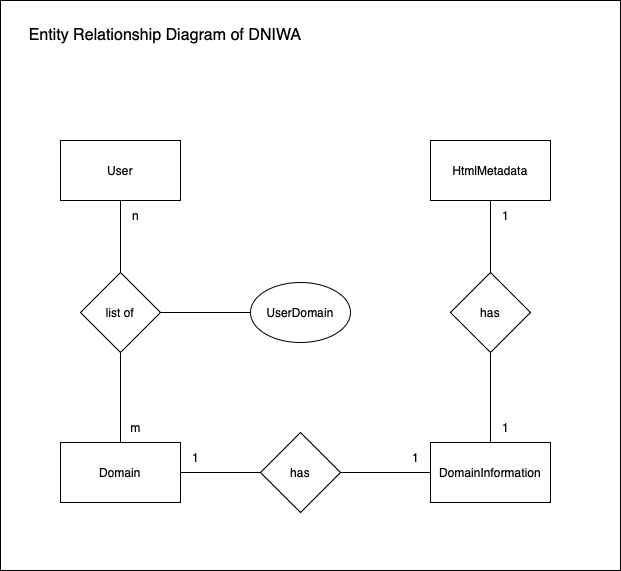
benjaminbolgrin/dniwa keeps this draw.io diagram as docs/dniwa-entity-relationship-diagram.png. Above is the earlier version. Source tidied: cells renumbered, new cells last; positions are measured from the earlier drawing's top-left corner, leaving out a move shared by most shapes. Source of this version:
```xml
<mxGraphModel>
  <root>
    <mxCell id="0" />
    <mxCell id="1" parent="0" />
    <mxCell id="2" style="rounded=0;whiteSpace=wrap;html=1;fillColor=default;" parent="1" vertex="1">
      <mxGeometry width="620" height="570" as="geometry" />
    </mxCell>
    <mxCell id="3" value="User" style="rounded=0;whiteSpace=wrap;html=1;" parent="1" vertex="1">
      <mxGeometry x="60" y="140" width="120" height="60" as="geometry" />
    </mxCell>
    <mxCell id="4" style="edgeStyle=orthogonalEdgeStyle;rounded=0;jettySize=auto;html=1;entryX=0.5;entryY=0;entryDx=0;entryDy=0;endArrow=none;endFill=0;" parent="1" edge="1" source="6" target="8">
      <mxGeometry relative="1" as="geometry" />
    </mxCell>
    <mxCell id="5" style="edgeStyle=orthogonalEdgeStyle;rounded=0;jettySize=auto;html=1;entryX=0.5;entryY=1;entryDx=0;entryDy=0;endArrow=none;endFill=0;" parent="1" edge="1" source="6" target="3">
      <mxGeometry relative="1" as="geometry" />
    </mxCell>
    <mxCell id="6" value="list of" style="rhombus;whiteSpace=wrap;html=1;" parent="1" vertex="1">
      <mxGeometry x="80" y="272" width="80" height="80" as="geometry" />
    </mxCell>
    <mxCell id="7" style="edgeStyle=orthogonalEdgeStyle;rounded=0;jettySize=auto;html=1;entryX=0;entryY=0.5;entryDx=0;entryDy=0;endArrow=none;endFill=0;" parent="1" edge="1" source="8" target="16">
      <mxGeometry relative="1" as="geometry" />
    </mxCell>
    <mxCell id="8" value="Domain" style="rounded=0;whiteSpace=wrap;html=1;" parent="1" vertex="1">
      <mxGeometry x="60" y="442" width="120" height="60" as="geometry" />
    </mxCell>
    <mxCell id="9" value="n" style="text;html=1;align=center;verticalAlign=middle;strokeColor=none;fillColor=none;" parent="1" vertex="1">
      <mxGeometry x="120" y="200" width="30" height="30" as="geometry" />
    </mxCell>
    <mxCell id="10" value="m" style="text;html=1;align=center;verticalAlign=middle;strokeColor=none;fillColor=none;" parent="1" vertex="1">
      <mxGeometry x="120" y="412" width="30" height="30" as="geometry" />
    </mxCell>
    <mxCell id="11" style="edgeStyle=orthogonalEdgeStyle;rounded=0;jettySize=auto;html=1;entryX=1;entryY=0.5;entryDx=0;entryDy=0;endArrow=none;endFill=0;" parent="1" edge="1" source="12" target="6">
      <mxGeometry relative="1" as="geometry" />
    </mxCell>
    <mxCell id="12" value="UserDomain" style="ellipse;whiteSpace=wrap;html=1;" parent="1" vertex="1">
      <mxGeometry x="250" y="282" width="100" height="60" as="geometry" />
    </mxCell>
    <mxCell id="13" value="DomainInformation" style="rounded=0;whiteSpace=wrap;html=1;" parent="1" vertex="1">
      <mxGeometry x="430" y="442" width="120" height="60" as="geometry" />
    </mxCell>
    <mxCell id="14" value="1" style="text;html=1;align=center;verticalAlign=middle;strokeColor=none;fillColor=none;" parent="1" vertex="1">
      <mxGeometry x="180" y="442" width="30" height="30" as="geometry" />
    </mxCell>
    <mxCell id="15" style="edgeStyle=orthogonalEdgeStyle;rounded=0;jettySize=auto;html=1;entryX=0;entryY=0.5;entryDx=0;entryDy=0;endArrow=none;endFill=0;" parent="1" edge="1" source="16" target="13">
      <mxGeometry relative="1" as="geometry" />
    </mxCell>
    <mxCell id="16" value="has" style="rhombus;whiteSpace=wrap;html=1;" parent="1" vertex="1">
      <mxGeometry x="260" y="432" width="80" height="80" as="geometry" />
    </mxCell>
    <mxCell id="17" value="1" style="text;html=1;align=center;verticalAlign=middle;strokeColor=none;fillColor=none;" parent="1" vertex="1">
      <mxGeometry x="400" y="442" width="30" height="30" as="geometry" />
    </mxCell>
    <mxCell id="18" value="HtmlMetadata" style="rounded=0;whiteSpace=wrap;html=1;" parent="1" vertex="1">
      <mxGeometry x="430" y="140" width="120" height="60" as="geometry" />
    </mxCell>
    <mxCell id="19" style="edgeStyle=orthogonalEdgeStyle;rounded=0;jettySize=auto;html=1;entryX=0.5;entryY=1;entryDx=0;entryDy=0;endArrow=none;endFill=0;" parent="1" edge="1" source="21" target="18">
      <mxGeometry relative="1" as="geometry" />
    </mxCell>
    <mxCell id="20" style="edgeStyle=orthogonalEdgeStyle;rounded=0;jettySize=auto;html=1;entryX=0.5;entryY=0;entryDx=0;entryDy=0;endArrow=none;endFill=0;" parent="1" edge="1" source="21" target="13">
      <mxGeometry relative="1" as="geometry" />
    </mxCell>
    <mxCell id="21" value="has" style="rhombus;whiteSpace=wrap;html=1;" parent="1" vertex="1">
      <mxGeometry x="450" y="272" width="80" height="80" as="geometry" />
    </mxCell>
    <mxCell id="22" value="1" style="text;html=1;align=center;verticalAlign=middle;strokeColor=none;fillColor=none;" parent="1" vertex="1">
      <mxGeometry x="490" y="412" width="30" height="30" as="geometry" />
    </mxCell>
    <mxCell id="23" value="1" style="text;html=1;align=center;verticalAlign=middle;strokeColor=none;fillColor=none;" parent="1" vertex="1">
      <mxGeometry x="490" y="200" width="30" height="30" as="geometry" />
    </mxCell>
    <mxCell id="24" value="Entity Relationship Diagram of DNIWA" style="text;html=1;strokeColor=none;fillColor=none;align=center;verticalAlign=middle;whiteSpace=wrap;rounded=0;fontSize=16;" parent="1" vertex="1">
      <mxGeometry x="20" y="20" width="290" height="30" as="geometry" />
    </mxCell>
  </root>
</mxGraphModel>
```
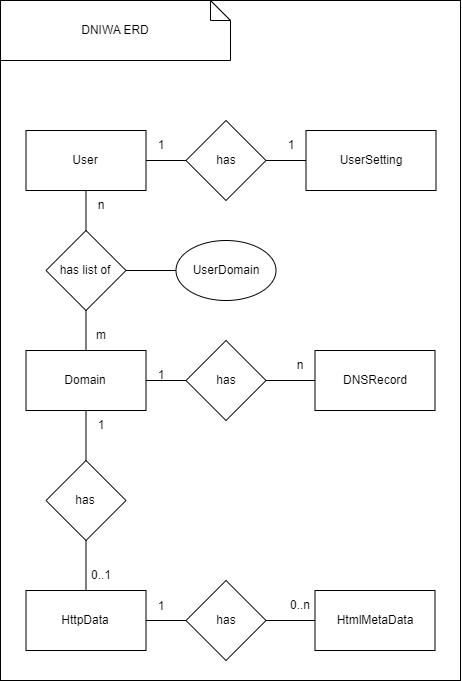
After the commit.

Commit message:
docs: update of dniwa erd

The edit, as a diff of the source:
```diff
@@ -2,74 +2,125 @@
   <root>
     <mxCell id="0" />
     <mxCell id="1" parent="0" />
-    <mxCell id="2" style="rounded=0;whiteSpace=wrap;html=1;fillColor=default;" parent="1" vertex="1">
-      <mxGeometry width="620" height="570" as="geometry" />
-    </mxCell>
+    <mxCell id="25" style="rounded=0;whiteSpace=wrap;html=1;" parent="1" vertex="1">
+      <mxGeometry x="110" y="-90" width="460" height="680" as="geometry" />
+    </mxCell>
+    <mxCell id="26" style="edgeStyle=orthogonalEdgeStyle;rounded=0;jettySize=auto;html=1;entryX=0;entryY=0.5;entryDx=0;entryDy=0;endArrow=none;endFill=0;" parent="1" edge="1" source="3" target="28">
+      <mxGeometry relative="1" as="geometry" />
+    </mxCell>
     <mxCell id="3" value="User" style="rounded=0;whiteSpace=wrap;html=1;" parent="1" vertex="1">
-      <mxGeometry x="60" y="140" width="120" height="60" as="geometry" />
+      <mxGeometry x="135.5" y="40" width="120" height="60" as="geometry" />
     </mxCell>
-    <mxCell id="4" style="edgeStyle=orthogonalEdgeStyle;rounded=0;jettySize=auto;html=1;entryX=0.5;entryY=0;entryDx=0;entryDy=0;endArrow=none;endFill=0;" parent="1" edge="1" source="6" target="8">
-      <mxGeometry relative="1" as="geometry" />
-    </mxCell>
-    <mxCell id="5" style="edgeStyle=orthogonalEdgeStyle;rounded=0;jettySize=auto;html=1;entryX=0.5;entryY=1;entryDx=0;entryDy=0;endArrow=none;endFill=0;" parent="1" edge="1" source="6" target="3">
-      <mxGeometry relative="1" as="geometry" />
-    </mxCell>
-    <mxCell id="6" value="list of" style="rhombus;whiteSpace=wrap;html=1;" parent="1" vertex="1">
-      <mxGeometry x="80" y="272" width="80" height="80" as="geometry" />
-    </mxCell>
-    <mxCell id="7" style="edgeStyle=orthogonalEdgeStyle;rounded=0;jettySize=auto;html=1;entryX=0;entryY=0.5;entryDx=0;entryDy=0;endArrow=none;endFill=0;" parent="1" edge="1" source="8" target="16">
-      <mxGeometry relative="1" as="geometry" />
-    </mxCell>
+    <mxCell id="27" style="edgeStyle=orthogonalEdgeStyle;rounded=0;jettySize=auto;html=1;entryX=0;entryY=0.5;entryDx=0;entryDy=0;endArrow=none;endFill=0;" parent="1" edge="1" source="28" target="46">
+      <mxGeometry relative="1" as="geometry" />
+    </mxCell>
+    <mxCell id="28" value="has" style="rhombus;whiteSpace=wrap;html=1;" parent="1" vertex="1">
+      <mxGeometry x="295.5" y="30" width="80" height="80" as="geometry" />
+    </mxCell>
+    <mxCell id="29" style="edgeStyle=orthogonalEdgeStyle;rounded=0;jettySize=auto;html=1;entryX=0.5;entryY=1;entryDx=0;entryDy=0;endArrow=none;endFill=0;" parent="1" edge="1" source="31" target="3">
+      <mxGeometry relative="1" as="geometry" />
+    </mxCell>
+    <mxCell id="30" style="edgeStyle=orthogonalEdgeStyle;rounded=0;jettySize=auto;html=1;entryX=0.5;entryY=0;entryDx=0;entryDy=0;endArrow=none;endFill=0;" parent="1" edge="1" source="31" target="8">
+      <mxGeometry relative="1" as="geometry" />
+    </mxCell>
+    <mxCell id="31" value="has list of" style="rhombus;whiteSpace=wrap;html=1;" parent="1" vertex="1">
+      <mxGeometry x="155.5" y="140" width="80" height="80" as="geometry" />
+    </mxCell>
+    <mxCell id="32" style="edgeStyle=orthogonalEdgeStyle;rounded=0;jettySize=auto;html=1;entryX=1;entryY=0.5;entryDx=0;entryDy=0;endArrow=none;endFill=0;" parent="1" edge="1" source="12" target="31">
+      <mxGeometry relative="1" as="geometry" />
+    </mxCell>
+    <mxCell id="12" value="UserDomain" style="ellipse;whiteSpace=wrap;html=1;" parent="1" vertex="1">
+      <mxGeometry x="285.5" y="150" width="100" height="60" as="geometry" />
+    </mxCell>
+    <mxCell id="33" value="1" style="text;html=1;strokeColor=none;fillColor=none;align=center;verticalAlign=middle;whiteSpace=wrap;rounded=0;" parent="1" vertex="1">
+      <mxGeometry x="255.5" y="40" width="30" height="30" as="geometry" />
+    </mxCell>
+    <mxCell id="34" value="n" style="text;html=1;strokeColor=none;fillColor=none;align=center;verticalAlign=middle;whiteSpace=wrap;rounded=0;" parent="1" vertex="1">
+      <mxGeometry x="195.5" y="100" width="30" height="30" as="geometry" />
+    </mxCell>
+    <mxCell id="35" style="edgeStyle=orthogonalEdgeStyle;rounded=0;jettySize=auto;html=1;entryX=1;entryY=0.5;entryDx=0;entryDy=0;endArrow=none;endFill=0;" parent="1" edge="1" source="37" target="8">
+      <mxGeometry relative="1" as="geometry" />
+    </mxCell>
+    <mxCell id="36" style="edgeStyle=orthogonalEdgeStyle;rounded=0;jettySize=auto;html=1;entryX=0;entryY=0.5;entryDx=0;entryDy=0;endArrow=none;endFill=0;" parent="1" edge="1" source="37" target="51">
+      <mxGeometry relative="1" as="geometry" />
+    </mxCell>
+    <mxCell id="37" value="has" style="rhombus;whiteSpace=wrap;html=1;" parent="1" vertex="1">
+      <mxGeometry x="295.5" y="250" width="80" height="80" as="geometry" />
+    </mxCell>
+    <mxCell id="38" value="1" style="text;html=1;strokeColor=none;fillColor=none;align=center;verticalAlign=middle;whiteSpace=wrap;rounded=0;" parent="1" vertex="1">
+      <mxGeometry x="255.5" y="270" width="30" height="30" as="geometry" />
+    </mxCell>
+    <mxCell id="39" style="edgeStyle=orthogonalEdgeStyle;rounded=0;jettySize=auto;html=1;entryX=0.5;entryY=1;entryDx=0;entryDy=0;endArrow=none;endFill=0;" parent="1" edge="1" source="41" target="8">
+      <mxGeometry relative="1" as="geometry" />
+    </mxCell>
+    <mxCell id="40" style="edgeStyle=orthogonalEdgeStyle;rounded=0;jettySize=auto;html=1;entryX=0.5;entryY=0;entryDx=0;entryDy=0;endArrow=none;endFill=0;" parent="1" edge="1" source="41" target="54">
+      <mxGeometry relative="1" as="geometry" />
+    </mxCell>
+    <mxCell id="41" value="has" style="rhombus;whiteSpace=wrap;html=1;" parent="1" vertex="1">
+      <mxGeometry x="155.5" y="370" width="80" height="80" as="geometry" />
+    </mxCell>
+    <mxCell id="42" style="edgeStyle=orthogonalEdgeStyle;rounded=0;jettySize=auto;html=1;entryX=0;entryY=0.5;entryDx=0;entryDy=0;endArrow=none;endFill=0;" parent="1" edge="1" source="44" target="58">
+      <mxGeometry relative="1" as="geometry" />
+    </mxCell>
+    <mxCell id="43" style="edgeStyle=orthogonalEdgeStyle;rounded=0;jettySize=auto;html=1;entryX=1;entryY=0.5;entryDx=0;entryDy=0;endArrow=none;endFill=0;" parent="1" edge="1" source="44" target="54">
+      <mxGeometry relative="1" as="geometry" />
+    </mxCell>
+    <mxCell id="44" value="has" style="rhombus;whiteSpace=wrap;html=1;" parent="1" vertex="1">
+      <mxGeometry x="295.5" y="490" width="80" height="80" as="geometry" />
+    </mxCell>
+    <mxCell id="45" style="group;" parent="1" vertex="1">
+      <mxGeometry x="385.5" y="40" width="160" height="60" as="geometry" />
+    </mxCell>
+    <mxCell id="46" value="UserSetting" style="rounded=0;whiteSpace=wrap;html=1;" parent="45" vertex="1">
+      <mxGeometry x="30" width="130" height="60" as="geometry" />
+    </mxCell>
+    <mxCell id="47" value="1" style="text;html=1;strokeColor=none;fillColor=none;align=center;verticalAlign=middle;whiteSpace=wrap;rounded=0;" parent="45" vertex="1" collapsed="1">
+      <mxGeometry width="30" height="30" as="geometry" />
+    </mxCell>
+    <mxCell id="48" style="group;" parent="1" vertex="1">
+      <mxGeometry x="135.5" y="230" width="120" height="120" as="geometry" />
+    </mxCell>
-    <mxCell id="8" value="Domain" style="rounded=0;whiteSpace=wrap;html=1;" parent="1" vertex="1">
-      <mxGeometry x="60" y="442" width="120" height="60" as="geometry" />
+    <mxCell id="8" value="Domain" style="rounded=0;whiteSpace=wrap;html=1;" parent="48" vertex="1">
+      <mxGeometry y="30" width="120" height="60" as="geometry" />
     </mxCell>
-    <mxCell id="9" value="n" style="text;html=1;align=center;verticalAlign=middle;strokeColor=none;fillColor=none;" parent="1" vertex="1">
-      <mxGeometry x="120" y="200" width="30" height="30" as="geometry" />
-    </mxCell>
-    <mxCell id="10" value="m" style="text;html=1;align=center;verticalAlign=middle;strokeColor=none;fillColor=none;" parent="1" vertex="1">
-      <mxGeometry x="120" y="412" width="30" height="30" as="geometry" />
+    <mxCell id="10" value="m" style="text;html=1;strokeColor=none;fillColor=none;align=center;verticalAlign=middle;whiteSpace=wrap;rounded=0;" parent="48" vertex="1">
+      <mxGeometry x="60" width="30" height="30" as="geometry" />
     </mxCell>
-    <mxCell id="11" style="edgeStyle=orthogonalEdgeStyle;rounded=0;jettySize=auto;html=1;entryX=1;entryY=0.5;entryDx=0;entryDy=0;endArrow=none;endFill=0;" parent="1" edge="1" source="12" target="6">
-      <mxGeometry relative="1" as="geometry" />
-    </mxCell>
-    <mxCell id="12" value="UserDomain" style="ellipse;whiteSpace=wrap;html=1;" parent="1" vertex="1">
-      <mxGeometry x="250" y="282" width="100" height="60" as="geometry" />
-    </mxCell>
-    <mxCell id="13" value="DomainInformation" style="rounded=0;whiteSpace=wrap;html=1;" parent="1" vertex="1">
-      <mxGeometry x="430" y="442" width="120" height="60" as="geometry" />
-    </mxCell>
-    <mxCell id="14" value="1" style="text;html=1;align=center;verticalAlign=middle;strokeColor=none;fillColor=none;" parent="1" vertex="1">
-      <mxGeometry x="180" y="442" width="30" height="30" as="geometry" />
-    </mxCell>
-    <mxCell id="15" style="edgeStyle=orthogonalEdgeStyle;rounded=0;jettySize=auto;html=1;entryX=0;entryY=0.5;entryDx=0;entryDy=0;endArrow=none;endFill=0;" parent="1" edge="1" source="16" target="13">
-      <mxGeometry relative="1" as="geometry" />
-    </mxCell>
-    <mxCell id="16" value="has" style="rhombus;whiteSpace=wrap;html=1;" parent="1" vertex="1">
-      <mxGeometry x="260" y="432" width="80" height="80" as="geometry" />
-    </mxCell>
-    <mxCell id="17" value="1" style="text;html=1;align=center;verticalAlign=middle;strokeColor=none;fillColor=none;" parent="1" vertex="1">
-      <mxGeometry x="400" y="442" width="30" height="30" as="geometry" />
-    </mxCell>
-    <mxCell id="18" value="HtmlMetadata" style="rounded=0;whiteSpace=wrap;html=1;" parent="1" vertex="1">
-      <mxGeometry x="430" y="140" width="120" height="60" as="geometry" />
-    </mxCell>
-    <mxCell id="19" style="edgeStyle=orthogonalEdgeStyle;rounded=0;jettySize=auto;html=1;entryX=0.5;entryY=1;entryDx=0;entryDy=0;endArrow=none;endFill=0;" parent="1" edge="1" source="21" target="18">
-      <mxGeometry relative="1" as="geometry" />
-    </mxCell>
-    <mxCell id="20" style="edgeStyle=orthogonalEdgeStyle;rounded=0;jettySize=auto;html=1;entryX=0.5;entryY=0;entryDx=0;entryDy=0;endArrow=none;endFill=0;" parent="1" edge="1" source="21" target="13">
-      <mxGeometry relative="1" as="geometry" />
-    </mxCell>
-    <mxCell id="21" value="has" style="rhombus;whiteSpace=wrap;html=1;" parent="1" vertex="1">
-      <mxGeometry x="450" y="272" width="80" height="80" as="geometry" />
-    </mxCell>
-    <mxCell id="22" value="1" style="text;html=1;align=center;verticalAlign=middle;strokeColor=none;fillColor=none;" parent="1" vertex="1">
-      <mxGeometry x="490" y="412" width="30" height="30" as="geometry" />
-    </mxCell>
-    <mxCell id="23" value="1" style="text;html=1;align=center;verticalAlign=middle;strokeColor=none;fillColor=none;" parent="1" vertex="1">
-      <mxGeometry x="490" y="200" width="30" height="30" as="geometry" />
-    </mxCell>
-    <mxCell id="24" value="Entity Relationship Diagram of DNIWA" style="text;html=1;strokeColor=none;fillColor=none;align=center;verticalAlign=middle;whiteSpace=wrap;rounded=0;fontSize=16;" parent="1" vertex="1">
-      <mxGeometry x="20" y="20" width="290" height="30" as="geometry" />
-    </mxCell>
+    <mxCell id="49" value="1" style="text;html=1;strokeColor=none;fillColor=none;align=center;verticalAlign=middle;whiteSpace=wrap;rounded=0;" parent="48" vertex="1">
+      <mxGeometry x="60" y="90" width="30" height="30" as="geometry" />
+    </mxCell>
+    <mxCell id="50" style="group;" parent="1" vertex="1">
+      <mxGeometry x="394.5" y="260" width="150" height="60" as="geometry" />
+    </mxCell>
+    <mxCell id="51" value="DNSRecord" style="rounded=0;whiteSpace=wrap;html=1;" parent="50" vertex="1">
+      <mxGeometry x="30" width="120" height="60" as="geometry" />
+    </mxCell>
+    <mxCell id="52" value="n" style="text;html=1;strokeColor=none;fillColor=none;align=center;verticalAlign=middle;whiteSpace=wrap;rounded=0;" parent="50" vertex="1">
+      <mxGeometry width="30" height="30" as="geometry" />
+    </mxCell>
+    <mxCell id="53" style="group;" parent="1" vertex="1">
+      <mxGeometry x="135.5" y="470" width="150" height="90" as="geometry" />
+    </mxCell>
+    <mxCell id="54" value="HttpData" style="rounded=0;whiteSpace=wrap;html=1;" parent="53" vertex="1">
+      <mxGeometry y="30" width="120" height="60" as="geometry" />
+    </mxCell>
+    <mxCell id="55" value="0..1" style="text;html=1;strokeColor=none;fillColor=none;align=center;verticalAlign=middle;whiteSpace=wrap;rounded=0;" parent="53" vertex="1">
+      <mxGeometry x="60" width="30" height="30" as="geometry" />
+    </mxCell>
+    <mxCell id="56" value="1" style="text;html=1;strokeColor=none;fillColor=none;align=center;verticalAlign=middle;whiteSpace=wrap;rounded=0;" parent="53" vertex="1">
+      <mxGeometry x="120" y="30.5" width="30" height="30" as="geometry" />
+    </mxCell>
+    <mxCell id="57" style="group;" parent="1" vertex="1">
+      <mxGeometry x="394.5" y="500" width="150" height="60" as="geometry" />
+    </mxCell>
+    <mxCell id="58" value="HtmlMetaData" style="rounded=0;whiteSpace=wrap;html=1;" parent="57" vertex="1">
+      <mxGeometry x="30" width="120" height="60" as="geometry" />
+    </mxCell>
+    <mxCell id="59" value="0..n" style="text;html=1;strokeColor=none;fillColor=none;align=center;verticalAlign=middle;whiteSpace=wrap;rounded=0;" parent="57" vertex="1">
+      <mxGeometry width="30" height="30" as="geometry" />
+    </mxCell>
+    <mxCell id="60" value="DNIWA ERD" style="shape=note;size=20;whiteSpace=wrap;html=1;" parent="1" vertex="1">
+      <mxGeometry x="110" y="-90" width="230" height="60" as="geometry" />
+    </mxCell>
   </root>
 </mxGraphModel>
```
